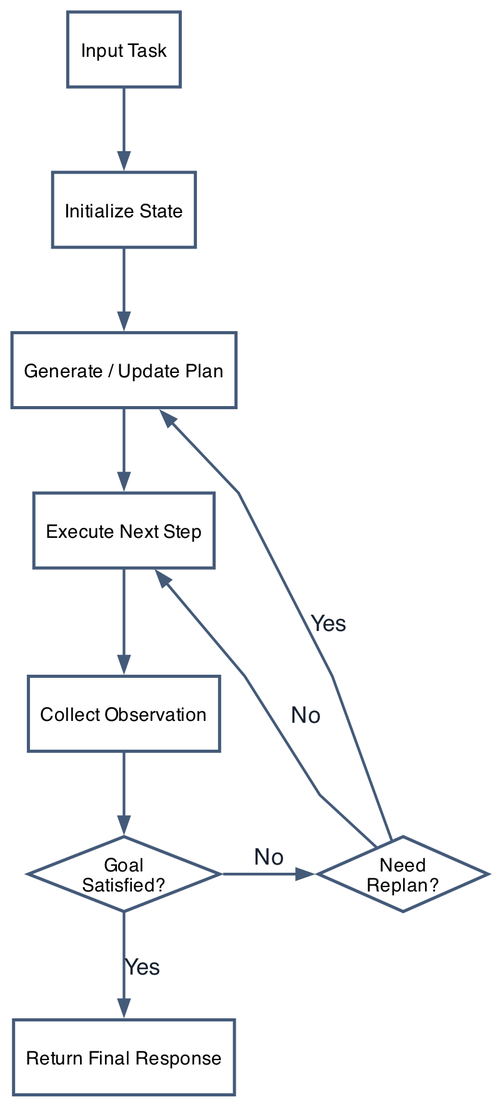
The Graphviz diagram assets/diagram_multistep_state.png in quiznat/tot-hf-survey-artifacts, before a commit. Its source is kept beside it as assets/diagram_multistep_state.dot.
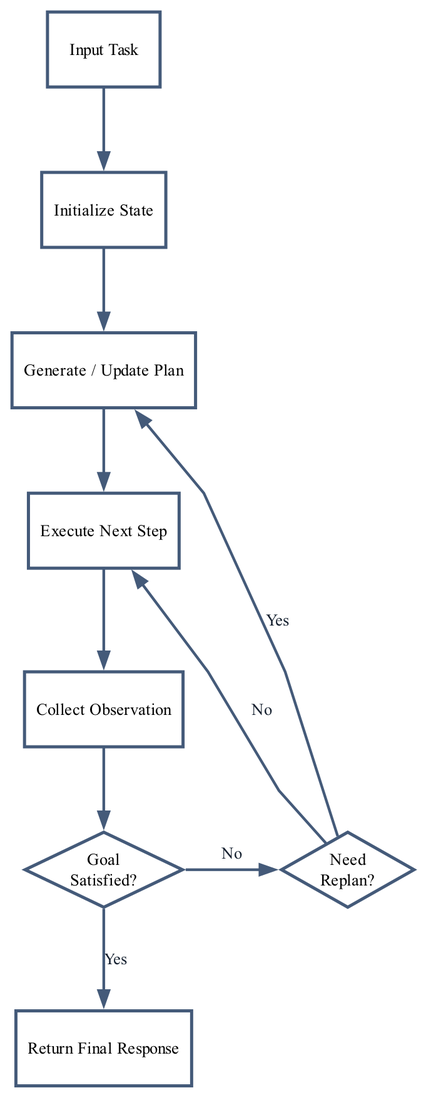
The same file after the commit.

What changed in the source:
```diff
@@ -1,15 +1,15 @@
 digraph G {
-  graph [bgcolor="#ffffff", pad="0.06", nodesep="0.34", ranksep="0.50", splines="polyline", fontname="Helvetica", fontcolor="#162130", margin="0.02", rankdir="TB", ranksep="0.56", nodesep="0.34"];
-  node [shape="box", style="filled", fillcolor="#ffffff", color="#445a79", penwidth="1.5", fontname="Helvetica", fontsize="9", margin="0.08,0.06"];
-  edge [color="#445a79", penwidth="1.3", arrowsize="0.70", fontname="Helvetica", fontsize="11", fontcolor="#162130"];
+  graph [bgcolor="#ffffff", pad="0.06", nodesep="0.34", ranksep="0.50", splines="polyline", fontname="Times-Roman", fontcolor="#162130", margin="0.02", rankdir="TB", ranksep="0.56", nodesep="0.34"];
+  node [shape="box", style="filled", fillcolor="#ffffff", color="#445a79", penwidth="1.5", fontname="Times-Roman", fontsize="8", margin="0.08,0.06"];
+  edge [color="#445a79", penwidth="1.3", arrowsize="0.70", fontname="Times-Roman", fontsize="8", fontcolor="#162130"];
 
   input [label="Input Task"];
   init [label="Initialize State"];
   plan [label="Generate / Update Plan"];
   step [label="Execute Next Step"];
   observe [label="Collect Observation"];
-  goal [shape="diamond", style="filled", fillcolor="#ffffff", color="#445a79", penwidth="1.5", fontname="Helvetica", fontsize="9", margin="0.04,0.04", label="Goal\nSatisfied?"];
-  replan [shape="diamond", style="filled", fillcolor="#ffffff", color="#445a79", penwidth="1.5", fontname="Helvetica", fontsize="9", margin="0.04,0.04", label="Need\nReplan?"];
+  goal [shape="diamond", style="filled", fillcolor="#ffffff", color="#445a79", penwidth="1.5", fontname="Times-Roman", fontsize="8", margin="0.04,0.04", label="Goal\nSatisfied?"];
+  replan [shape="diamond", style="filled", fillcolor="#ffffff", color="#445a79", penwidth="1.5", fontname="Times-Roman", fontsize="8", margin="0.04,0.04", label="Need\nReplan?"];
   out [label="Return Final Response"];
 
   input -> init -> plan -> step -> observe -> goal;
```
